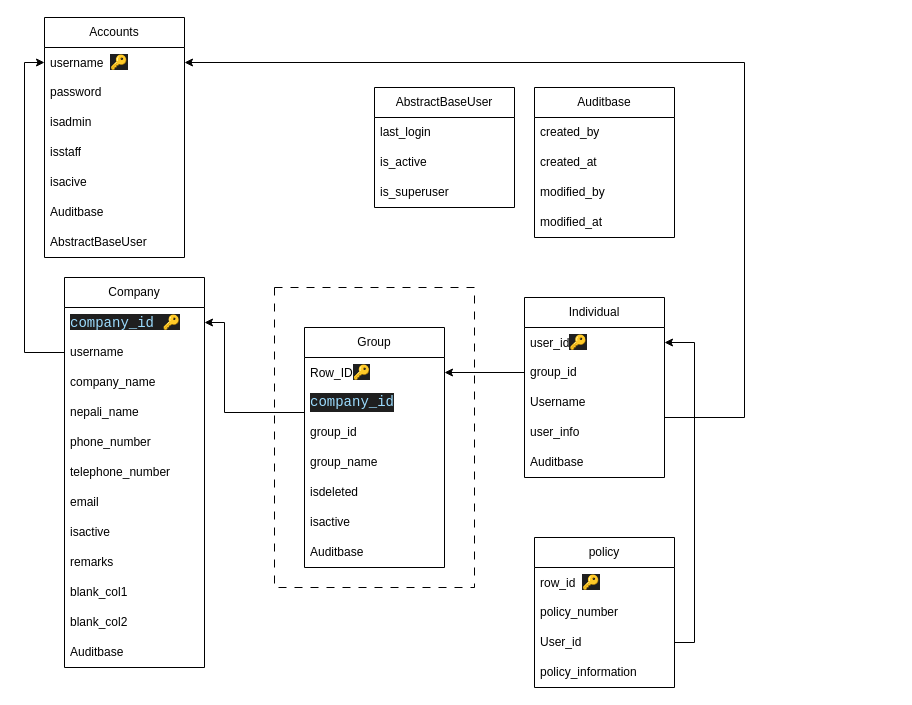
Before: Documentation/ER Diagram.drawio in rjbcl/corporate-rjbcl-portal, a draw.io diagram. Source tidied: cells renumbered, new cells numbered last; positions are measured from the earlier drawing's top-left corner, leaving out a move shared by most shapes. Both pictures are drawn from the tidied source at 100%, with x=0, y=0 at pixel (44, 17).
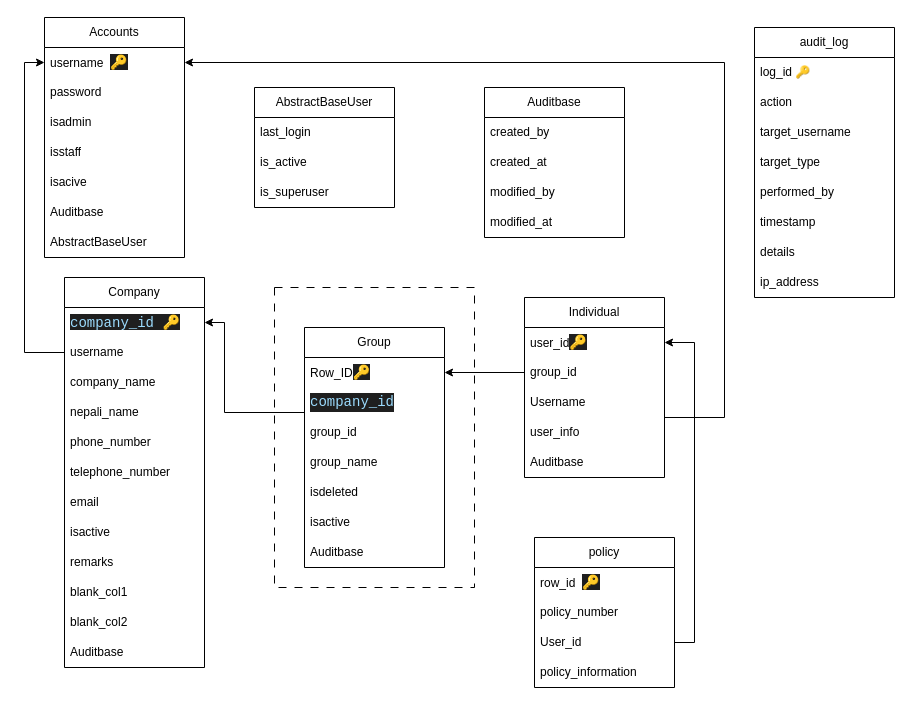
The same page after the edit.

Commit message (it also covers changes not shown here):
Added Audit Logs for add/update/soft &har delete for account, company and staff information

Unchanged cells that the change refers to:
```xml
<mxCell id="4" value="username&amp;nbsp;&amp;nbsp;&lt;span style=&quot;color: rgb(191, 191, 191); font-family: Arial, sans-serif; font-size: 14px; background-color: rgb(31, 31, 31);&quot;&gt;🔑&lt;/span&gt;" style="text;strokeColor=none;fillColor=none;align=left;verticalAlign=middle;spacingLeft=4;spacingRight=4;overflow=hidden;points=[[0,0.5],[1,0.5]];portConstraint=eastwest;whiteSpace=wrap;html=1;" parent="3" vertex="1">
  <mxGeometry y="30" width="140" height="30" as="geometry" />
</mxCell>
<mxCell id="36" value="Username" style="text;strokeColor=none;fillColor=none;align=left;verticalAlign=middle;spacingLeft=4;spacingRight=4;overflow=hidden;points=[[0,0.5],[1,0.5]];portConstraint=eastwest;whiteSpace=wrap;html=1;" parent="33" vertex="1">
  <mxGeometry y="90" width="140" height="30" as="geometry" />
</mxCell>
```

What changed in the source:
```diff
@@
     <mxCell id="41" value="Auditbase" style="swimlane;fontStyle=0;horizontal=1;startSize=30;whiteSpace=wrap;html=1;" parent="1" vertex="1">
-      <mxGeometry x="490" y="70" width="140" height="150" as="geometry" />
+      <mxGeometry x="440" y="70" width="140" height="150" as="geometry" />
     </mxCell>
@@
     <mxCell id="52" style="edgeStyle=orthogonalEdgeStyle;rounded=0;jettySize=auto;html=1;" parent="1" edge="1" source="36" target="4">
       <mxGeometry relative="1" as="geometry">
         <Array as="points">
-          <mxPoint x="700" y="400" />
-          <mxPoint x="700" y="45" />
+          <mxPoint x="680" y="400" />
+          <mxPoint x="680" y="45" />
         </Array>
       </mxGeometry>
     </mxCell>
     <mxCell id="53" value="AbstractBaseUser" style="swimlane;fontStyle=0;horizontal=1;startSize=30;whiteSpace=wrap;html=1;" parent="1" vertex="1">
-      <mxGeometry x="330" y="70" width="140" height="120" as="geometry" />
+      <mxGeometry x="210" y="70" width="140" height="120" as="geometry" />
     </mxCell>
@@
+    <mxCell id="57" value="audit_log" style="swimlane;fontStyle=0;horizontal=1;startSize=30;whiteSpace=wrap;html=1;" parent="1" vertex="1">
+      <mxGeometry x="710" y="10" width="140" height="270" as="geometry" />
+    </mxCell>
+    <mxCell id="58" value="log_id 🔑" style="text;strokeColor=none;fillColor=none;align=left;verticalAlign=middle;spacingLeft=4;spacingRight=4;overflow=hidden;whiteSpace=wrap;html=1;" parent="57" vertex="1">
+      <mxGeometry y="30" width="140" height="30" as="geometry" />
+    </mxCell>
+    <mxCell id="59" value="action" style="text;strokeColor=none;fillColor=none;align=left;verticalAlign=middle;spacingLeft=4;spacingRight=4;overflow=hidden;whiteSpace=wrap;html=1;" parent="57" vertex="1">
+      <mxGeometry y="60" width="140" height="30" as="geometry" />
+    </mxCell>
+    <mxCell id="60" value="target_username" style="text;strokeColor=none;fillColor=none;align=left;verticalAlign=middle;spacingLeft=4;spacingRight=4;overflow=hidden;whiteSpace=wrap;html=1;" parent="57" vertex="1">
+      <mxGeometry y="90" width="140" height="30" as="geometry" />
+    </mxCell>
+    <mxCell id="61" value="target_type" style="text;strokeColor=none;fillColor=none;align=left;verticalAlign=middle;spacingLeft=4;spacingRight=4;overflow=hidden;whiteSpace=wrap;html=1;" parent="57" vertex="1">
+      <mxGeometry y="120" width="140" height="30" as="geometry" />
+    </mxCell>
+    <mxCell id="62" value="performed_by" style="text;strokeColor=none;fillColor=none;align=left;verticalAlign=middle;spacingLeft=4;spacingRight=4;overflow=hidden;whiteSpace=wrap;html=1;" parent="57" vertex="1">
+      <mxGeometry y="150" width="140" height="30" as="geometry" />
+    </mxCell>
+    <mxCell id="63" value="timestamp" style="text;strokeColor=none;fillColor=none;align=left;verticalAlign=middle;spacingLeft=4;spacingRight=4;overflow=hidden;whiteSpace=wrap;html=1;" parent="57" vertex="1">
+      <mxGeometry y="180" width="140" height="30" as="geometry" />
+    </mxCell>
+    <mxCell id="64" value="details" style="text;strokeColor=none;fillColor=none;align=left;verticalAlign=middle;spacingLeft=4;spacingRight=4;overflow=hidden;whiteSpace=wrap;html=1;" parent="57" vertex="1">
+      <mxGeometry y="210" width="140" height="30" as="geometry" />
+    </mxCell>
+    <mxCell id="65" value="ip_address" style="text;strokeColor=none;fillColor=none;align=left;verticalAlign=middle;spacingLeft=4;spacingRight=4;overflow=hidden;whiteSpace=wrap;html=1;" parent="57" vertex="1">
+      <mxGeometry y="240" width="140" height="30" as="geometry" />
+    </mxCell>
```
